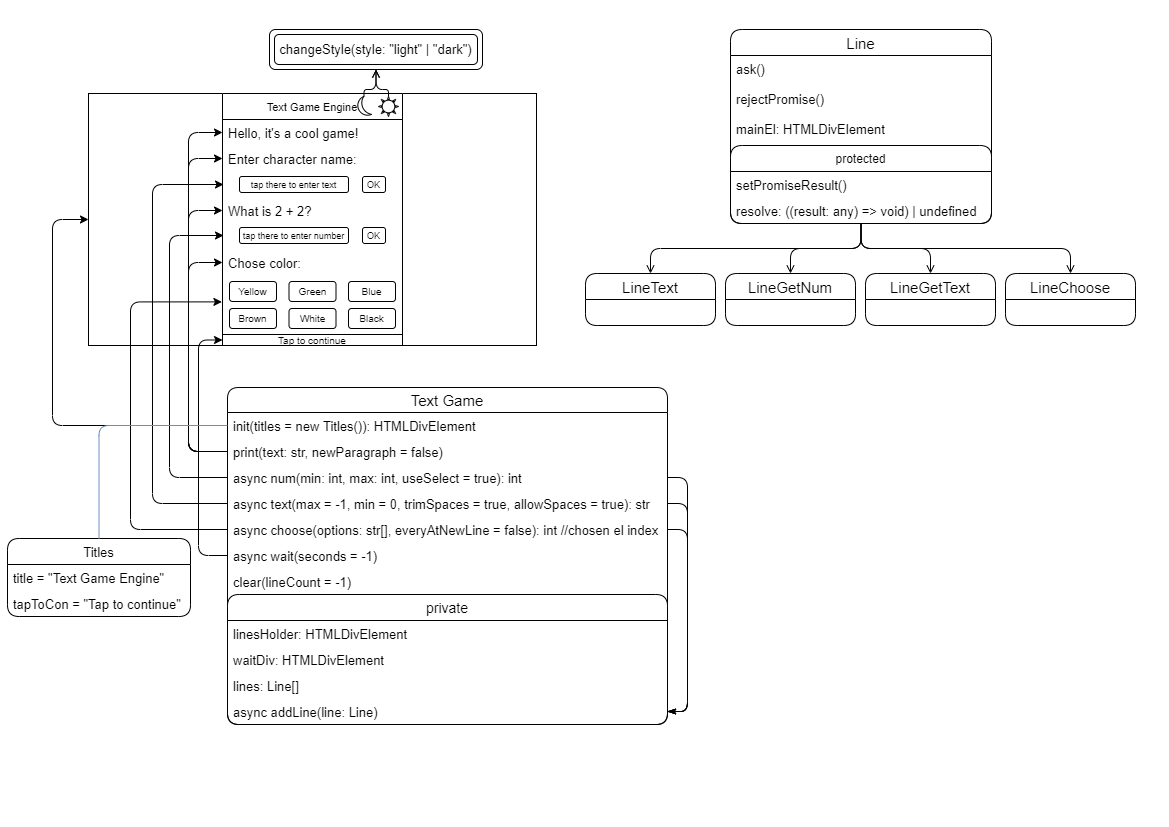
This is docs/flowchart.png from MixelTe/TextGameEngine, a draw.io export, as it was before one commit. Source tidied: cells renumbered, new cells last; positions are measured from the earlier drawing's top-left corner, leaving out a move shared by most shapes.
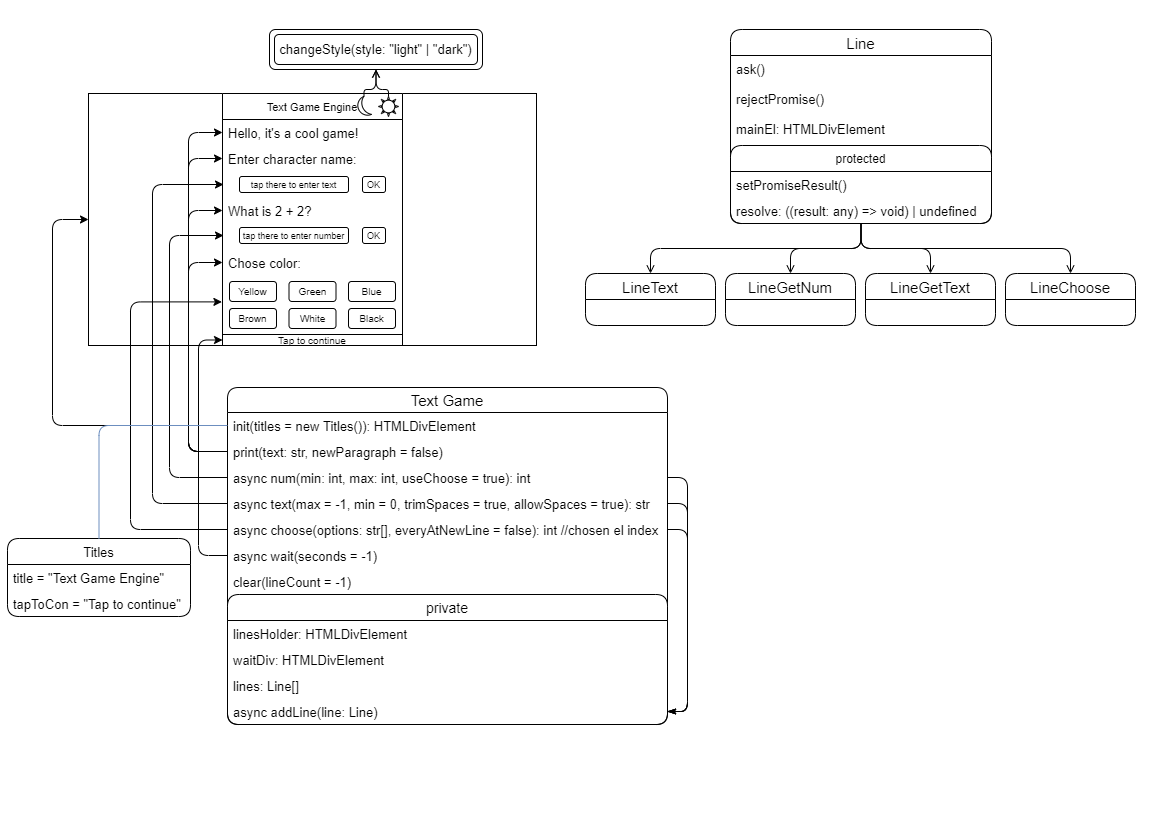
Later version of the same file.

What changed in the source:
```diff
@@ -95,7 +95,7 @@
     <mxCell id="32" value="print(text: str, newParagraph = false)" style="text;strokeColor=none;fillColor=none;align=left;verticalAlign=top;spacingLeft=4;spacingRight=4;overflow=hidden;points=[[0,0.5],[1,0.5]];portConstraint=eastwest;fontSize=13;" parent="30" vertex="1">
       <mxGeometry y="51" width="440" height="26" as="geometry" />
     </mxCell>
-    <mxCell id="33" value="async num(min: int, max: int, useSelect = true): int" style="text;strokeColor=none;fillColor=none;align=left;verticalAlign=top;spacingLeft=4;spacingRight=4;overflow=hidden;points=[[0,0.5],[1,0.5]];portConstraint=eastwest;fontStyle=0;fontSize=13;" parent="30" vertex="1">
+    <mxCell id="33" value="async num(min: int, max: int, useChoose = true): int" style="text;strokeColor=none;fillColor=none;align=left;verticalAlign=top;spacingLeft=4;spacingRight=4;overflow=hidden;points=[[0,0.5],[1,0.5]];portConstraint=eastwest;fontStyle=0;fontSize=13;" parent="30" vertex="1">
       <mxGeometry y="77" width="440" height="26" as="geometry" />
     </mxCell>
     <mxCell id="34" value="async text(max = -1, min = 0, trimSpaces = true, allowSpaces = true): str" style="text;strokeColor=none;fillColor=none;align=left;verticalAlign=top;spacingLeft=4;spacingRight=4;overflow=hidden;points=[[0,0.5],[1,0.5]];portConstraint=eastwest;fontSize=13;" parent="30" vertex="1">
```
